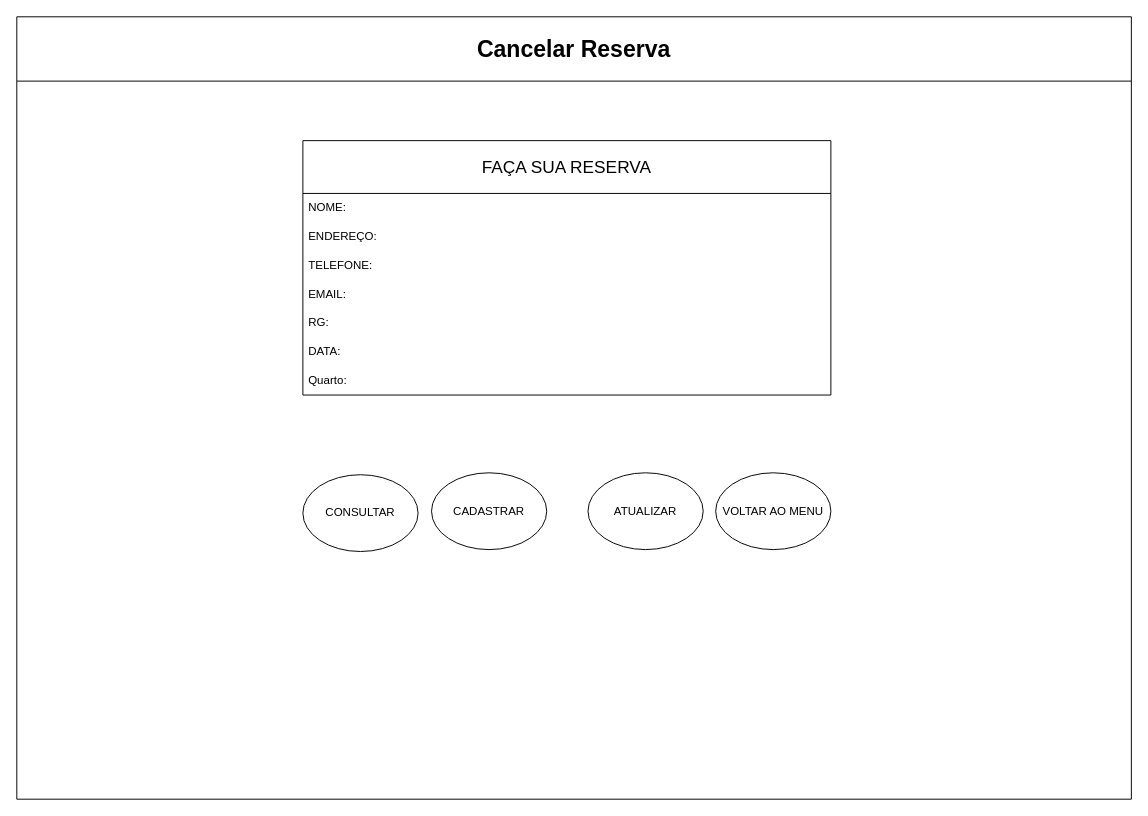
The draw.io diagram page "AbaCancelarReserva" (5 of 7) of Diagrama sem nome.drawio in FabianoAM2025/TDS_DB, before the edit. Source tidied: cells renumbered, new cells numbered last; positions are measured from the earlier drawing's top-left corner, leaving out a move shared by most shapes. Both pictures are drawn from the tidied source at 96%, with x=0, y=0 at pixel (16, 16).
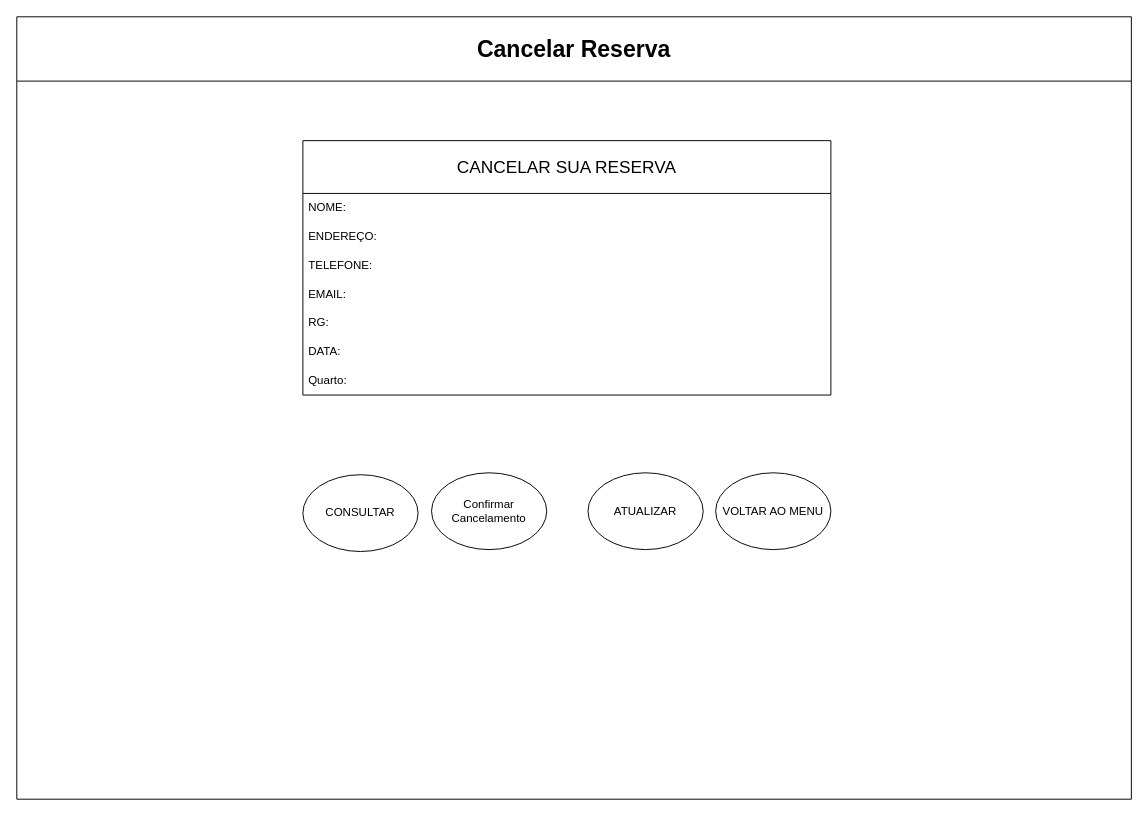
After the change.

Change to the diagram source:
```diff
@@
 <mxGraphModel>
   <root>
     <mxCell id="0" />
     <mxCell id="1" parent="0" />
     <mxCell id="2" value="&lt;font style=&quot;font-size: 24px;&quot;&gt;Cancelar Reserva&lt;/font&gt;" style="swimlane;whiteSpace=wrap;html=1;startSize=67;" parent="1" vertex="1">
       <mxGeometry width="1161" height="815" as="geometry" />
     </mxCell>
-    <mxCell id="3" value="&lt;font style=&quot;font-size: 18px;&quot;&gt;FAÇA SUA RESERVA&lt;/font&gt;" style="swimlane;fontStyle=0;horizontal=1;startSize=55;whiteSpace=wrap;html=1;" parent="2" vertex="1">
+    <mxCell id="3" value="&lt;font style=&quot;font-size: 18px;&quot;&gt;CANCELAR SUA RESERVA&lt;/font&gt;" style="swimlane;fontStyle=0;horizontal=1;startSize=55;whiteSpace=wrap;html=1;" parent="2" vertex="1">
       <mxGeometry x="298" y="129" width="550" height="265" as="geometry" />
     </mxCell>
     <mxCell id="4" value="NOME:" style="text;strokeColor=none;fillColor=none;align=left;verticalAlign=middle;spacingLeft=4;spacingRight=4;overflow=hidden;whiteSpace=wrap;html=1;" parent="3" vertex="1">
       <mxGeometry y="55" width="550" height="30" as="geometry" />
     </mxCell>
     <mxCell id="5" value="ENDEREÇO:" style="text;strokeColor=none;fillColor=none;align=left;verticalAlign=middle;spacingLeft=4;spacingRight=4;overflow=hidden;whiteSpace=wrap;html=1;" parent="3" vertex="1">
       <mxGeometry y="85" width="550" height="30" as="geometry" />
     </mxCell>
     <mxCell id="6" value="TELEFONE:" style="text;strokeColor=none;fillColor=none;align=left;verticalAlign=middle;spacingLeft=4;spacingRight=4;overflow=hidden;whiteSpace=wrap;html=1;" parent="3" vertex="1">
       <mxGeometry y="115" width="550" height="30" as="geometry" />
     </mxCell>
     <mxCell id="7" value="EMAIL:" style="text;strokeColor=none;fillColor=none;align=left;verticalAlign=middle;spacingLeft=4;spacingRight=4;overflow=hidden;whiteSpace=wrap;html=1;" parent="3" vertex="1">
       <mxGeometry y="145" width="550" height="30" as="geometry" />
     </mxCell>
     <mxCell id="8" value="RG:" style="text;strokeColor=none;fillColor=none;align=left;verticalAlign=middle;spacingLeft=4;spacingRight=4;overflow=hidden;whiteSpace=wrap;html=1;" parent="3" vertex="1">
       <mxGeometry y="175" width="550" height="30" as="geometry" />
     </mxCell>
     <mxCell id="9" value="DATA:" style="text;strokeColor=none;fillColor=none;align=left;verticalAlign=middle;spacingLeft=4;spacingRight=4;overflow=hidden;whiteSpace=wrap;html=1;" parent="3" vertex="1">
       <mxGeometry y="205" width="550" height="30" as="geometry" />
     </mxCell>
     <mxCell id="10" value="Quarto:" style="text;strokeColor=none;fillColor=none;align=left;verticalAlign=middle;spacingLeft=4;spacingRight=4;overflow=hidden;whiteSpace=wrap;html=1;" parent="3" vertex="1">
       <mxGeometry y="235" width="550" height="30" as="geometry" />
     </mxCell>
     <mxCell id="11" value="VOLTAR AO MENU" style="ellipse;whiteSpace=wrap;html=1;" parent="2" vertex="1">
       <mxGeometry x="728" y="475" width="120" height="80" as="geometry" />
     </mxCell>
     <mxCell id="12" value="ATUALIZAR" style="ellipse;whiteSpace=wrap;html=1;" parent="2" vertex="1">
       <mxGeometry x="595" y="475" width="120" height="80" as="geometry" />
     </mxCell>
-    <mxCell id="13" value="CADASTRAR" style="ellipse;whiteSpace=wrap;html=1;" parent="2" vertex="1">
+    <mxCell id="13" value="&lt;div&gt;Confirmar&lt;/div&gt;&lt;div&gt;Cancelamento&lt;/div&gt;" style="ellipse;whiteSpace=wrap;html=1;" parent="2" vertex="1">
       <mxGeometry x="432" y="475" width="120" height="80" as="geometry" />
     </mxCell>
     <mxCell id="14" value="CONSULTAR" style="ellipse;whiteSpace=wrap;html=1;" parent="2" vertex="1">
       <mxGeometry x="298" y="477" width="120" height="80" as="geometry" />
     </mxCell>
   </root>
 </mxGraphModel>
```
